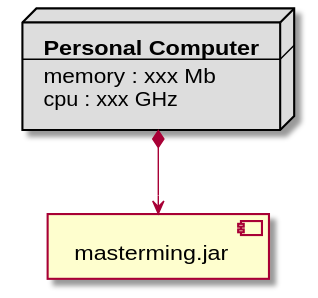
Earlier version of the PlantUML export modelViewPresenter/presentationModel/withFacade/docs/diagrams/out/vistas/despliegue_fisica.svg (SantaTecla-mastermind/solution.java.swing.socket.sql).
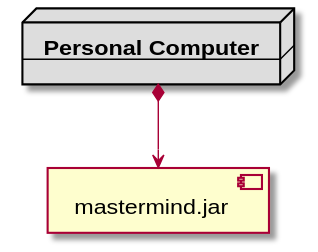
The same file after the commit.

What changed in the source:
```diff
@@ -2,11 +2,9 @@
 node node #DDDDDD [
 <b>Personal Computer</b>
 ----
-memory : xxx Mb
-cpu : xxx GHz
 ]
 
-[ masterming.jar ] as component
+[ mastermind.jar ] as component
 
 node *--> component
 @enduml
```
